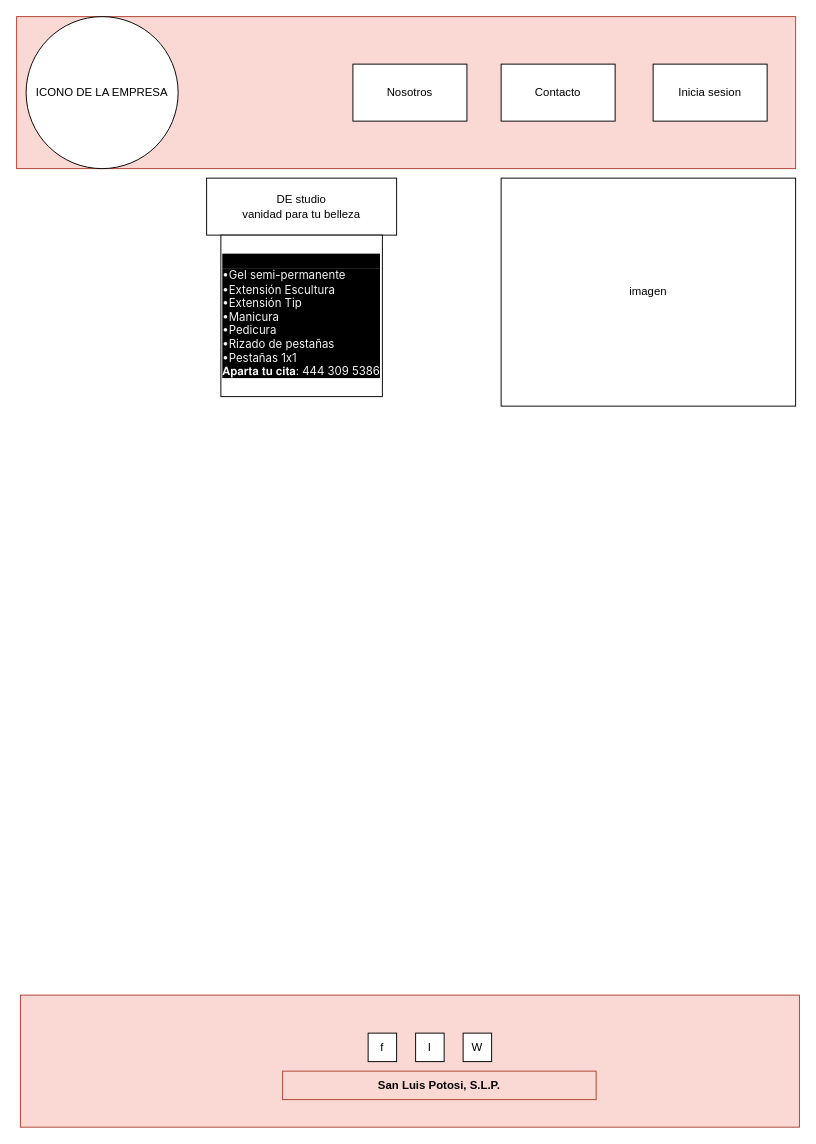
ViridianaSolis11/LandingDe-Venta keeps this draw.io diagram as Proyecto Landing.drawio. Above is the earlier version. Source tidied: cells renumbered, new cells numbered last; positions are measured from the earlier drawing's top-left corner, leaving out a move shared by most shapes. Both pictures are drawn from the tidied source at 95%, with x=0, y=0 at pixel (16, 16).
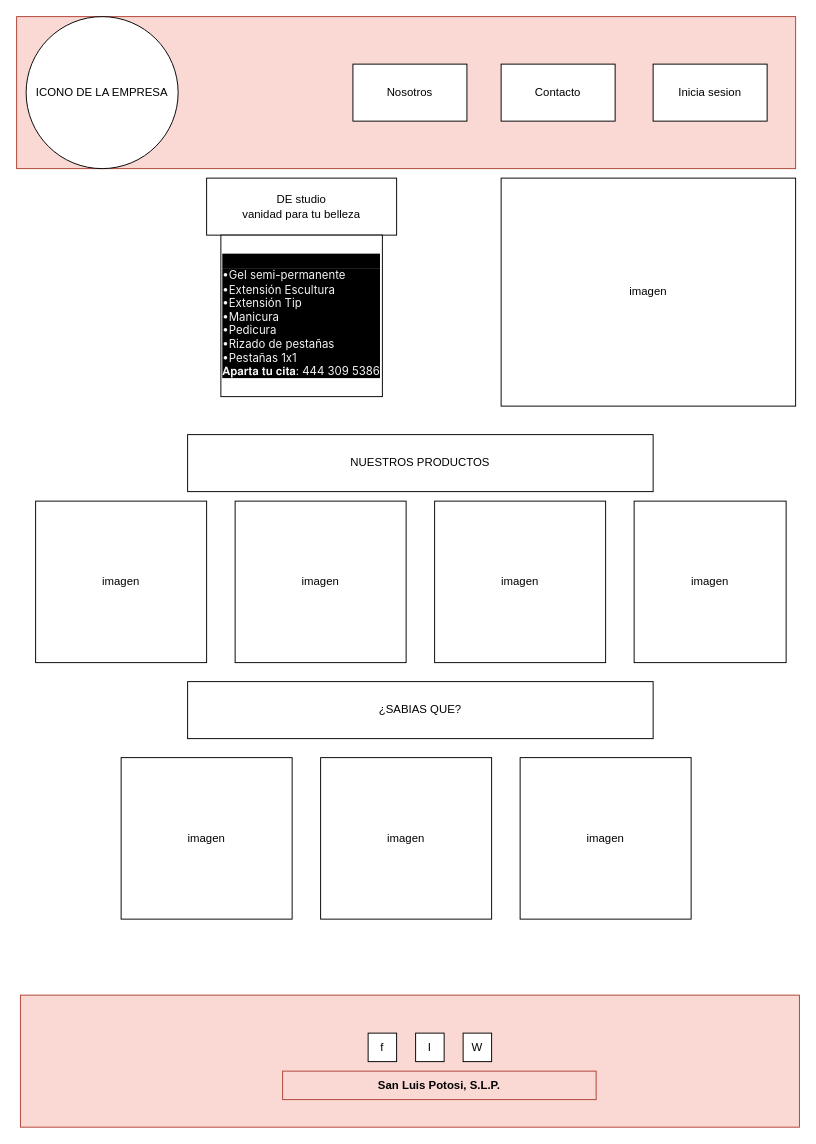
The same diagram, later.

Commit message:
Se termino el prototipo de baja fidelidad

What changed in the source:
```diff
@@
+    <mxCell id="15" value="imagen" style="rounded=0;whiteSpace=wrap;html=1;" parent="1" vertex="1">
+      <mxGeometry x="20" y="510" width="180" height="170" as="geometry" />
+    </mxCell>
+    <mxCell id="16" value="NUESTROS PRODUCTOS" style="rounded=0;whiteSpace=wrap;html=1;" parent="1" vertex="1">
+      <mxGeometry x="180" y="440" width="490" height="60" as="geometry" />
+    </mxCell>
+    <mxCell id="17" value="imagen" style="rounded=0;whiteSpace=wrap;html=1;" parent="1" vertex="1">
+      <mxGeometry x="440" y="510" width="180" height="170" as="geometry" />
+    </mxCell>
+    <mxCell id="18" value="imagen" style="rounded=0;whiteSpace=wrap;html=1;" parent="1" vertex="1">
+      <mxGeometry x="230" y="510" width="180" height="170" as="geometry" />
+    </mxCell>
+    <mxCell id="19" value="imagen" style="rounded=0;whiteSpace=wrap;html=1;" parent="1" vertex="1">
+      <mxGeometry x="650" y="510" width="160" height="170" as="geometry" />
+    </mxCell>
+    <mxCell id="20" value="¿SABIAS QUE?" style="rounded=0;whiteSpace=wrap;html=1;" parent="1" vertex="1">
+      <mxGeometry x="180" y="700" width="490" height="60" as="geometry" />
+    </mxCell>
+    <mxCell id="21" value="imagen" style="rounded=0;whiteSpace=wrap;html=1;" parent="1" vertex="1">
+      <mxGeometry x="110" y="780" width="180" height="170" as="geometry" />
+    </mxCell>
+    <mxCell id="22" value="imagen" style="rounded=0;whiteSpace=wrap;html=1;" parent="1" vertex="1">
+      <mxGeometry x="530" y="780" width="180" height="170" as="geometry" />
+    </mxCell>
+    <mxCell id="23" value="imagen" style="rounded=0;whiteSpace=wrap;html=1;" parent="1" vertex="1">
+      <mxGeometry x="320" y="780" width="180" height="170" as="geometry" />
+    </mxCell>
```
